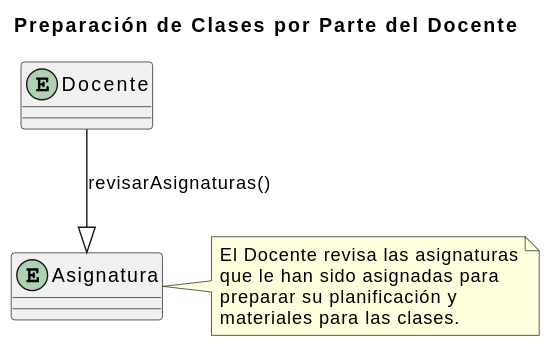
mmasias/23-24-IdSw1-SDR keeps this PlantUML diagram as imagenes/Casos de Uso/Preparacion de clases por parte del docente.svg. Above is the earlier version. The source it was exported from:
```plantuml
@startuml
title Preparación de Clases por Parte del Docente

entity Docente
entity Asignatura

Docente --|> Asignatura: revisarAsignaturas()

note right of Asignatura
  El Docente revisa las asignaturas
  que le han sido asignadas para
  preparar su planificación y
  materiales para las clases.
end note
@enduml
```
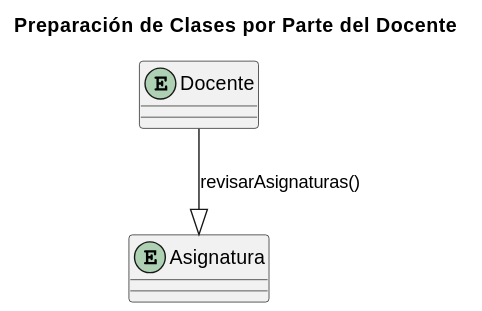
The same diagram one commit later.

Commit message:
Cambiando imagen por modificacion en caso de uso

What changed in the source:
```diff
@@ -5,11 +5,4 @@
 entity Asignatura
 
 Docente --|> Asignatura: revisarAsignaturas()
-
-note right of Asignatura
-  El Docente revisa las asignaturas
-  que le han sido asignadas para
-  preparar su planificación y
-  materiales para las clases.
-end note
 @enduml
```
